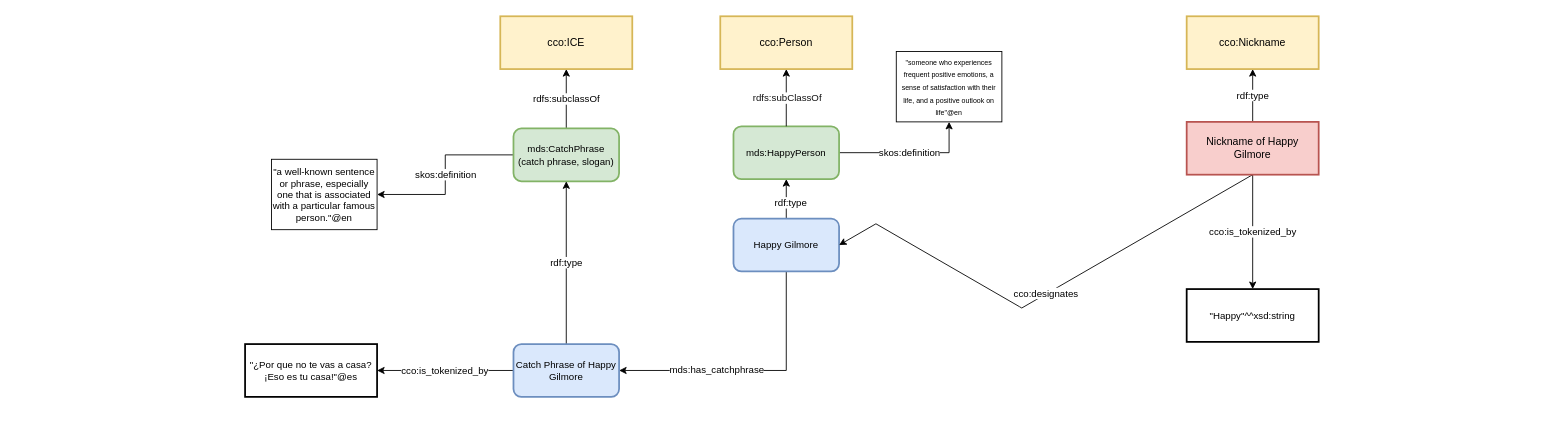
This is examples/happy-example.drawio from Gabbyton/CEMENTO, a draw.io file, before an edit. Source tidied: cells renumbered, new cells numbered last; positions are measured from the earlier drawing's top-left corner, leaving out a move shared by most shapes. Both pictures are drawn from the tidied source at 88%, with x=0, y=0 at pixel (245, 16).
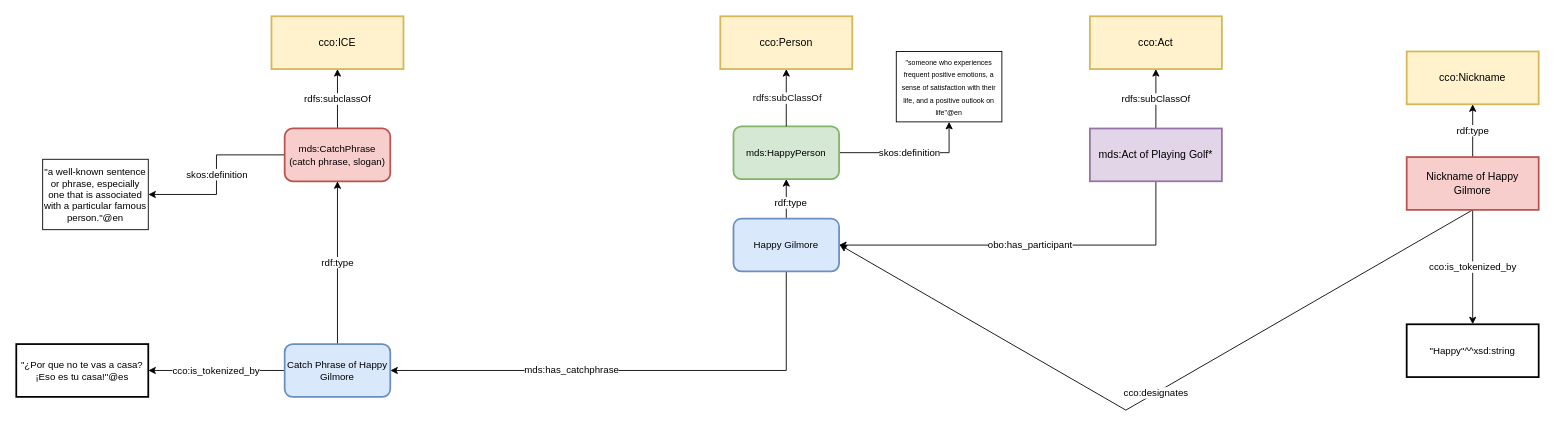
The same diagram, later.

Unchanged cells that the change refers to:
```xml
<mxCell id="11" value="&lt;span&gt;Happy Gilmore&lt;/span&gt;" style="rounded=1;whiteSpace=wrap;html=1;align=center;verticalAlign=middle;fontFamily=Helvetica;fontSize=11;labelBackgroundColor=none;fillColor=#dae8fc;strokeColor=#6c8ebf;strokeWidth=2;enumerate=0;" parent="1" vertex="1">
  <mxGeometry x="555" y="230" width="120" height="60" as="geometry" />
</mxCell>
```

The edit, as a diff of the source:
```diff
@@
     <mxCell id="13" value="&lt;span style=&quot;font-size: 12px;&quot;&gt;cco:Nickname&lt;/span&gt;" style="rounded=1;whiteSpace=wrap;html=1;align=center;verticalAlign=middle;fontFamily=Helvetica;fontSize=11;labelBackgroundColor=none;fillColor=#fff2cc;strokeColor=#d6b656;strokeWidth=2;arcSize=0;enumerate=0;" parent="1" vertex="1">
-      <mxGeometry x="1070" width="150" height="60" as="geometry" />
+      <mxGeometry x="1320" y="40" width="150" height="60" as="geometry" />
     </mxCell>
@@
     <mxCell id="15" value="cco:designates" style="edgeStyle=isometricEdgeStyle;rounded=0;jettySize=auto;html=1;exitX=0.5;exitY=1;exitDx=0;exitDy=0;entryX=1;entryY=0.5;entryDx=0;entryDy=0;" parent="1" edge="1" source="17" target="11">
       <mxGeometry relative="1" as="geometry">
         <Array as="points">
+          <mxPoint x="780" y="320" />
           <mxPoint x="880" y="330" />
         </Array>
       </mxGeometry>
     </mxCell>
@@
     <mxCell id="17" value="&lt;span style=&quot;font-size: 12px;&quot;&gt;Nickname of Happy Gilmore&lt;/span&gt;" style="rounded=1;whiteSpace=wrap;html=1;align=center;verticalAlign=middle;fontFamily=Helvetica;fontSize=11;labelBackgroundColor=none;fillColor=#f8cecc;strokeColor=#b85450;strokeWidth=2;arcSize=0;enumerate=0;" parent="1" vertex="1">
-      <mxGeometry x="1070" y="120" width="150" height="60" as="geometry" />
+      <mxGeometry x="1320" y="160" width="150" height="60" as="geometry" />
     </mxCell>
     <mxCell id="18" value="&quot;Happy&quot;^^xsd:string" style="rounded=1;whiteSpace=wrap;html=1;align=center;verticalAlign=middle;fontFamily=Helvetica;fontSize=11;labelBackgroundColor=none;strokeWidth=2;arcSize=0;enumerate=0;" parent="1" vertex="1">
-      <mxGeometry x="1070" y="310" width="150" height="60" as="geometry" />
+      <mxGeometry x="1320" y="350" width="150" height="60" as="geometry" />
     </mxCell>
     <mxCell id="19" value="&lt;span style=&quot;font-size: 12px;&quot;&gt;cco:ICE&lt;/span&gt;" style="rounded=1;whiteSpace=wrap;html=1;align=center;verticalAlign=middle;fontFamily=Helvetica;fontSize=11;labelBackgroundColor=none;fillColor=#fff2cc;strokeColor=#d6b656;strokeWidth=2;arcSize=0;enumerate=0;" parent="1" vertex="1">
-      <mxGeometry x="290" width="150" height="60" as="geometry" />
+      <mxGeometry x="30" width="150" height="60" as="geometry" />
     </mxCell>
@@
-    <mxCell id="22" value="&lt;span&gt;mds:CatchPhrase (catch phrase, slogan)&lt;/span&gt;" style="rounded=1;whiteSpace=wrap;html=1;align=center;verticalAlign=middle;fontFamily=Helvetica;fontSize=11;labelBackgroundColor=none;fillColor=#d5e8d4;strokeColor=#82b366;strokeWidth=2;enumerate=0;" parent="1" vertex="1">
-      <mxGeometry x="305" y="127.5" width="120" height="60" as="geometry" />
+    <mxCell id="22" value="&lt;span&gt;mds:CatchPhrase (catch phrase, slogan)&lt;/span&gt;" style="rounded=1;whiteSpace=wrap;html=1;align=center;verticalAlign=middle;fontFamily=Helvetica;fontSize=11;labelBackgroundColor=none;fillColor=#f8cecc;strokeColor=#b85450;strokeWidth=2;enumerate=0;" parent="1" vertex="1">
+      <mxGeometry x="45" y="127.5" width="120" height="60" as="geometry" />
     </mxCell>
     <mxCell id="23" value="&lt;span&gt;&quot;a well-known sentence or phrase, especially one that is associated with a particular famous person.&quot;@en&lt;/span&gt;" style="rounded=0;whiteSpace=wrap;html=1;fontSize=11;" parent="1" vertex="1">
-      <mxGeometry x="30" y="162.5" width="120" height="80" as="geometry" />
+      <mxGeometry x="-230" y="162.5" width="120" height="80" as="geometry" />
     </mxCell>
@@
     <mxCell id="26" value="&lt;span&gt;Catch Phrase of Happy Gilmore&lt;/span&gt;" style="rounded=1;whiteSpace=wrap;html=1;align=center;verticalAlign=middle;fontFamily=Helvetica;fontSize=11;labelBackgroundColor=none;fillColor=#dae8fc;strokeColor=#6c8ebf;strokeWidth=2;enumerate=0;" parent="1" vertex="1">
-      <mxGeometry x="305" y="372.5" width="120" height="60" as="geometry" />
+      <mxGeometry x="45" y="372.5" width="120" height="60" as="geometry" />
     </mxCell>
     <mxCell id="27" value="&quot;¿Por que no te vas a casa? ¡Eso es tu casa!&quot;@es" style="rounded=1;whiteSpace=wrap;html=1;align=center;verticalAlign=middle;fontFamily=Helvetica;fontSize=11;labelBackgroundColor=none;strokeWidth=2;arcSize=0;enumerate=0;" parent="1" vertex="1">
-      <mxGeometry y="372.5" width="150" height="60" as="geometry" />
+      <mxGeometry x="-260" y="372.5" width="150" height="60" as="geometry" />
     </mxCell>
+    <mxCell id="28" value="&lt;span style=&quot;font-size: 12px;&quot;&gt;cco:Act&lt;/span&gt;" style="rounded=1;whiteSpace=wrap;html=1;align=center;verticalAlign=middle;fontFamily=Helvetica;fontSize=11;labelBackgroundColor=none;fillColor=#fff2cc;strokeColor=#d6b656;strokeWidth=2;arcSize=0;enumerate=0;" parent="1" vertex="1">
+      <mxGeometry x="960" width="150" height="60" as="geometry" />
+    </mxCell>
+    <mxCell id="29" value="obo:has_participant" style="edgeStyle=orthogonalEdgeStyle;rounded=0;jettySize=auto;html=1;exitX=0.5;exitY=1;exitDx=0;exitDy=0;entryX=1;entryY=0.5;entryDx=0;entryDy=0;" parent="1" edge="1" source="31" target="11">
+      <mxGeometry relative="1" as="geometry" />
+    </mxCell>
+    <mxCell id="30" value="rdfs:subClassOf" style="edgeStyle=orthogonalEdgeStyle;rounded=0;jettySize=auto;html=1;" parent="1" edge="1" source="31" target="28">
+      <mxGeometry relative="1" as="geometry" />
+    </mxCell>
+    <mxCell id="31" value="&lt;span style=&quot;font-size: 12px;&quot;&gt;mds:Act of Playing Golf*&lt;/span&gt;" style="rounded=1;whiteSpace=wrap;html=1;align=center;verticalAlign=middle;fontFamily=Helvetica;fontSize=11;labelBackgroundColor=none;fillColor=#e1d5e7;strokeColor=#9673a6;strokeWidth=2;arcSize=0;enumerate=0;" parent="1" vertex="1">
+      <mxGeometry x="960" y="127.5" width="150" height="60" as="geometry" />
+    </mxCell>
```
